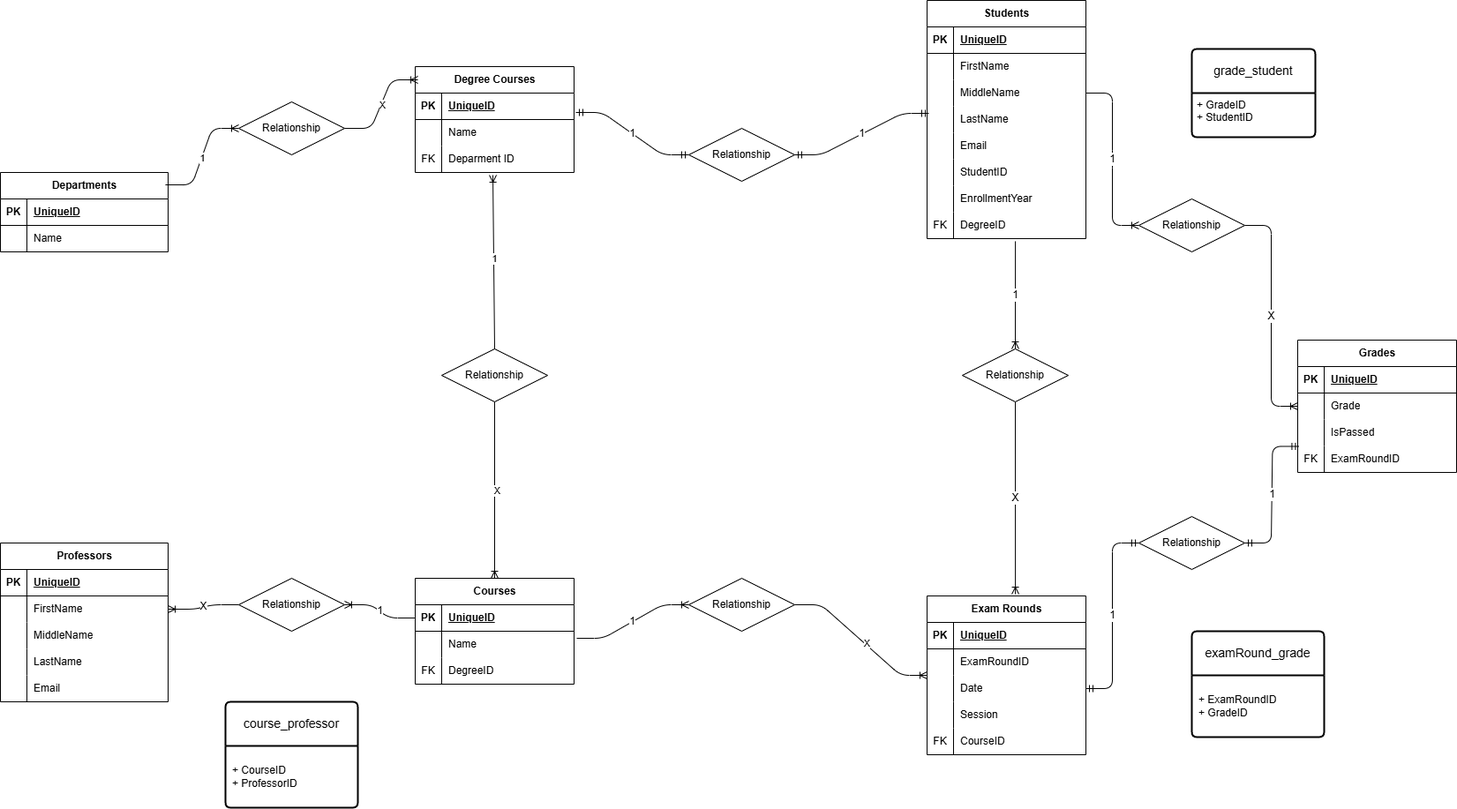
Above: diagram/schema.png in Adriano-Rotondo-dev/db-university (draw.io), before the change. Source tidied: cells renumbered, new cells last; positions are measured from the earlier drawing's top-left corner, leaving out a move shared by most shapes.
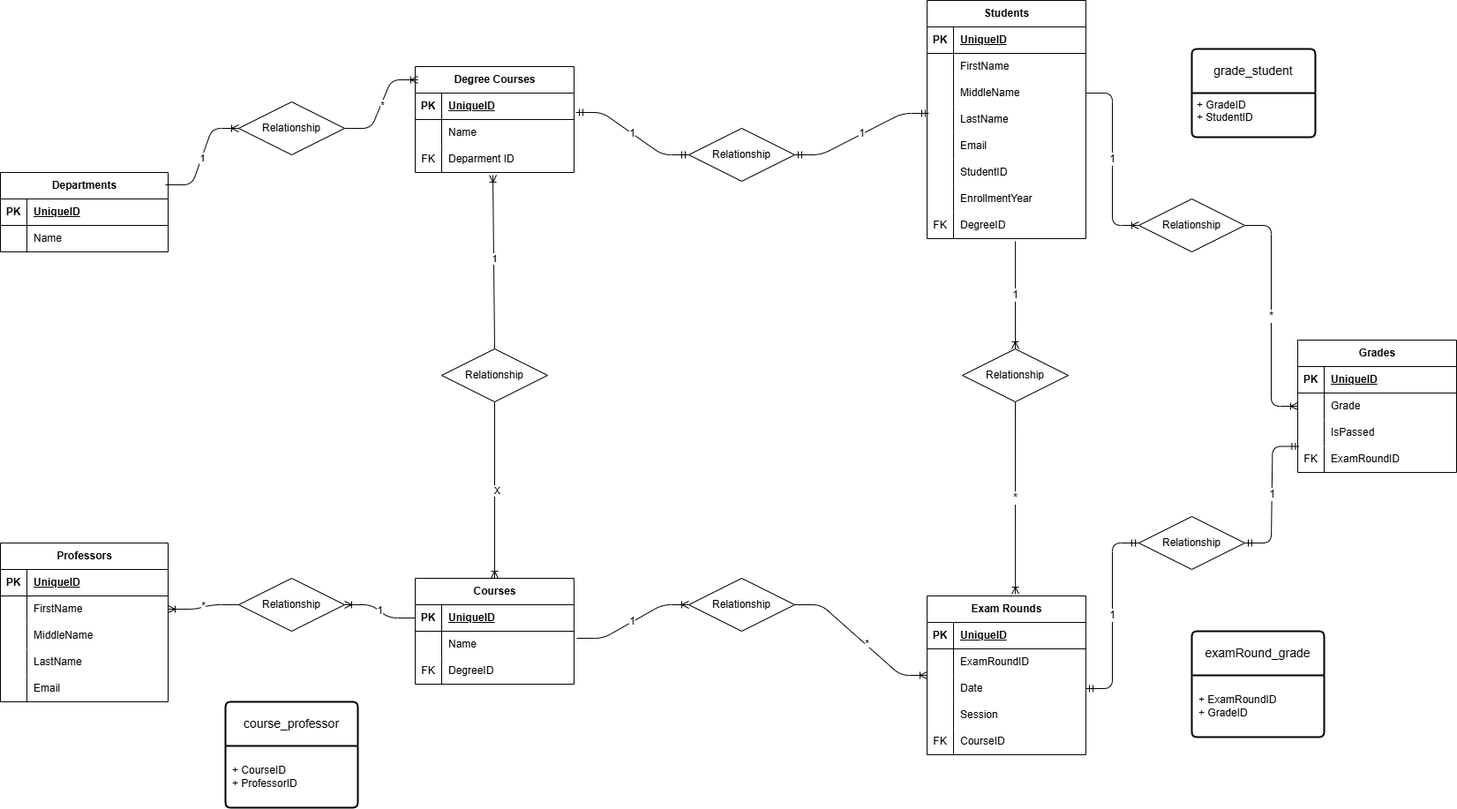
The same file after the commit.

Commit message:
Update entity relationship diagram to replace 'X' with '*' for cardinality representation

The edit, as a diff of the source:
```diff
@@ -86,7 +86,7 @@
     <mxCell id="29" style="edgeStyle=entityRelationEdgeStyle;fontSize=12;html=1;endArrow=ERoneToMany;exitX=1;exitY=0.5;exitDx=0;exitDy=0;entryX=0.017;entryY=0.125;entryDx=0;entryDy=0;entryPerimeter=0;" parent="1" edge="1" source="33" target="9">
       <mxGeometry relative="1" as="geometry" />
     </mxCell>
-    <mxCell id="30" value="X" style="edgeLabel;html=1;align=center;verticalAlign=middle;" parent="29" vertex="1">
+    <mxCell id="30" value="*" style="edgeLabel;html=1;align=center;verticalAlign=middle;" parent="29" vertex="1">
       <mxGeometry x="-0.01" y="-1" relative="1" as="geometry" />
     </mxCell>
     <mxCell id="31" style="edgeStyle=entityRelationEdgeStyle;fontSize=12;html=1;endArrow=ERoneToMany;exitX=0.984;exitY=0.156;exitDx=0;exitDy=0;exitPerimeter=0;entryX=0;entryY=0.5;entryDx=0;entryDy=0;" parent="1" edge="1" source="2" target="33">
@@ -163,8 +163,8 @@
     <mxCell id="54" value="Email" style="shape=partialRectangle;fillColor=none;top=0;left=0;bottom=0;right=0;align=left;spacingLeft=6;overflow=hidden;whiteSpace=wrap;html=1;" parent="52" vertex="1">
       <mxGeometry x="30" width="160" height="30" as="geometry" />
     </mxCell>
-    <mxCell id="55" value="X" style="edgeStyle=entityRelationEdgeStyle;fontSize=12;html=1;endArrow=ERoneToMany;exitX=0;exitY=0.5;exitDx=0;exitDy=0;entryX=1;entryY=0.5;entryDx=0;entryDy=0;" parent="1" edge="1" source="57" target="43">
-      <mxGeometry relative="1" as="geometry" />
+    <mxCell id="55" value="*" style="edgeStyle=entityRelationEdgeStyle;fontSize=12;html=1;endArrow=ERoneToMany;exitX=0;exitY=0.5;exitDx=0;exitDy=0;entryX=1;entryY=0.5;entryDx=0;entryDy=0;" parent="1" edge="1" source="57" target="43">
+      <mxGeometry x="-0.01" relative="1" as="geometry" />
     </mxCell>
     <mxCell id="56" value="1" style="edgeStyle=entityRelationEdgeStyle;fontSize=12;html=1;endArrow=ERoneToMany;exitX=0;exitY=0.5;exitDx=0;exitDy=0;entryX=1;entryY=0.5;entryDx=0;entryDy=0;" parent="1" edge="1" source="20" target="57">
       <mxGeometry relative="1" as="geometry">
@@ -233,7 +233,7 @@
     <mxCell id="76" style="edgeStyle=entityRelationEdgeStyle;fontSize=12;html=1;endArrow=ERoneToMany;exitX=1;exitY=0.5;exitDx=0;exitDy=0;" parent="1" edge="1" source="79" target="60">
       <mxGeometry relative="1" as="geometry" />
     </mxCell>
-    <mxCell id="77" value="X" style="edgeLabel;html=1;align=center;verticalAlign=middle;" parent="76" vertex="1">
+    <mxCell id="77" value="*" style="edgeLabel;html=1;align=center;verticalAlign=middle;" parent="76" vertex="1">
       <mxGeometry x="0.07" y="2" relative="1" as="geometry" />
     </mxCell>
     <mxCell id="78" value="1" style="edgeStyle=entityRelationEdgeStyle;fontSize=12;html=1;endArrow=ERoneToMany;exitX=1.017;exitY=0.267;exitDx=0;exitDy=0;exitPerimeter=0;" parent="1" edge="1" source="23" target="79">
@@ -326,7 +326,7 @@
     <mxCell id="107" value="Relationship" style="shape=rhombus;perimeter=rhombusPerimeter;whiteSpace=wrap;html=1;align=center;" parent="1" vertex="1">
       <mxGeometry x="780" y="145" width="120" height="60" as="geometry" />
     </mxCell>
-    <mxCell id="108" value="X" style="fontSize=12;html=1;endArrow=ERoneToMany;entryX=0.556;entryY=-0.011;entryDx=0;entryDy=0;entryPerimeter=0;" parent="1" edge="1" target="60">
+    <mxCell id="108" value="*" style="fontSize=12;html=1;endArrow=ERoneToMany;entryX=0.556;entryY=-0.011;entryDx=0;entryDy=0;entryPerimeter=0;" parent="1" edge="1" target="60">
       <mxGeometry relative="1" as="geometry">
         <mxPoint x="1150" y="455" as="sourcePoint" />
       </mxGeometry>
@@ -385,7 +385,7 @@
     <mxCell id="126" value="Relationship" style="shape=rhombus;perimeter=rhombusPerimeter;whiteSpace=wrap;html=1;align=center;" parent="1" vertex="1">
       <mxGeometry x="1290" y="585" width="120" height="60" as="geometry" />
     </mxCell>
-    <mxCell id="127" value="X" style="edgeStyle=entityRelationEdgeStyle;fontSize=12;html=1;endArrow=ERoneToMany;exitX=1;exitY=0.5;exitDx=0;exitDy=0;" parent="1" edge="1" source="129" target="115">
+    <mxCell id="127" value="*" style="edgeStyle=entityRelationEdgeStyle;fontSize=12;html=1;endArrow=ERoneToMany;exitX=1;exitY=0.5;exitDx=0;exitDy=0;" parent="1" edge="1" source="129" target="115">
       <mxGeometry relative="1" as="geometry">
         <Array as="points">
           <mxPoint x="1420" y="255" />
```
